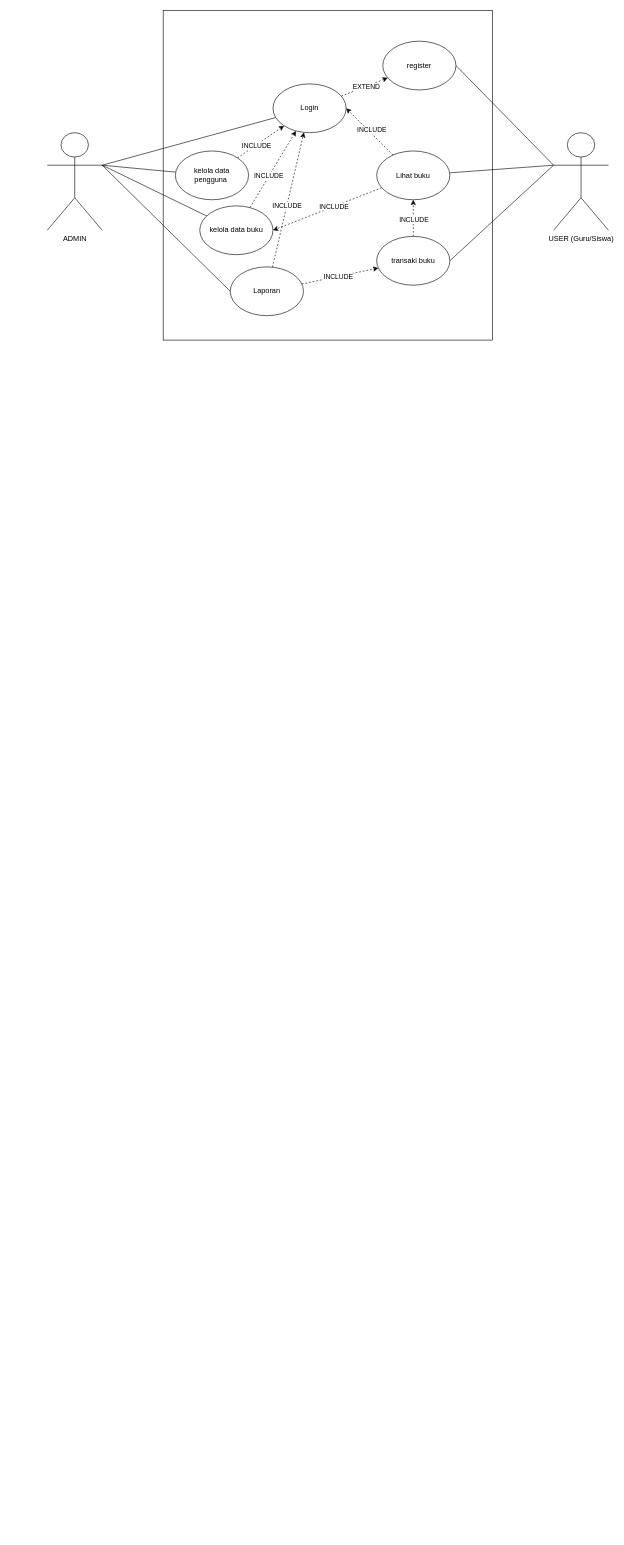
Before: PBO_UAS.drawio in ARK142/aaa, a draw.io diagram. Source tidied: cells renumbered, new cells numbered last; positions are measured from the earlier drawing's top-left corner, leaving out a move shared by most shapes. Both pictures are drawn from the tidied source at 61%, with x=0, y=0 at pixel (47, 10).
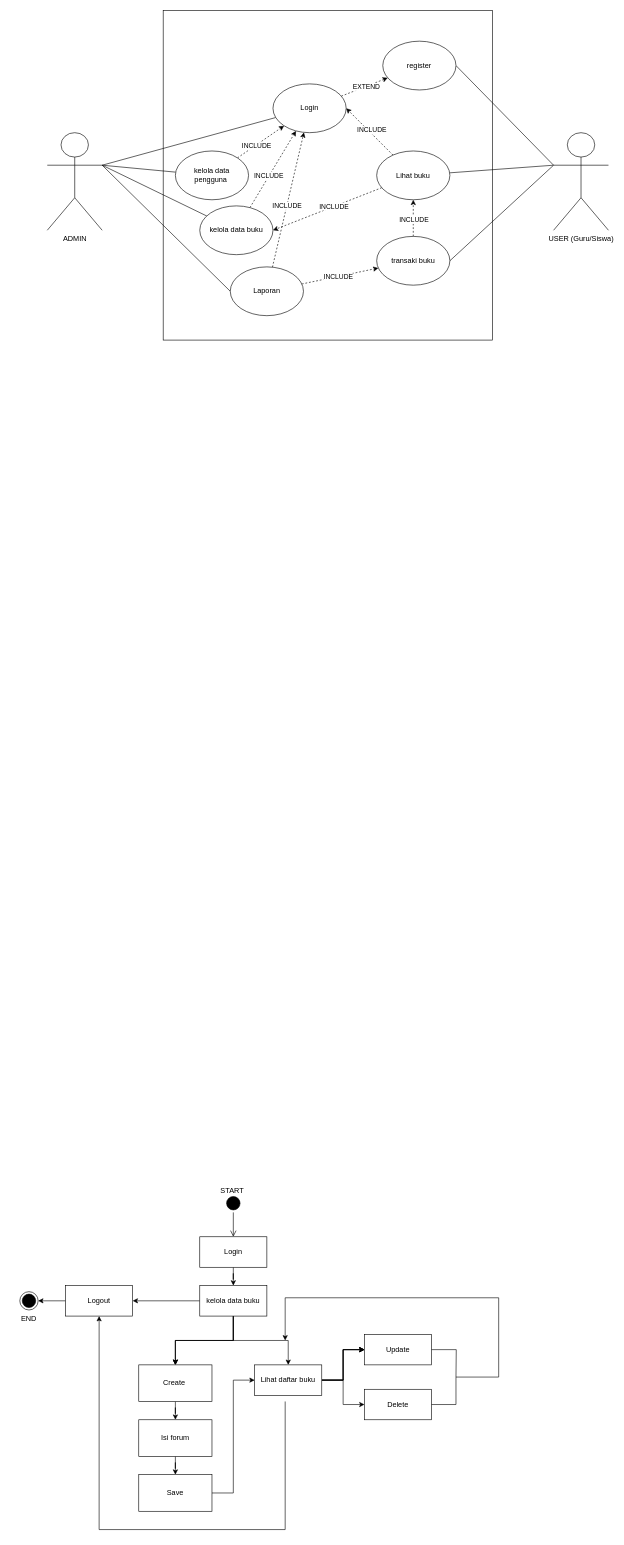
After the change.

What changed in the source:
```diff
@@
+    <mxCell id="35" style="ellipse;html=1;shape=startState;fillColor=#000000;strokeColor=#000000;" parent="1" vertex="1">
+      <mxGeometry x="290" y="1940" width="30" height="30" as="geometry" />
+    </mxCell>
+    <mxCell id="36" style="edgeStyle=orthogonalEdgeStyle;html=1;verticalAlign=bottom;endArrow=open;endSize=8;strokeColor=#000000;rounded=0;entryX=0.5;entryY=0;entryDx=0;entryDy=0;" parent="1" edge="1" source="35" target="38">
+      <mxGeometry relative="1" as="geometry" />
+    </mxCell>
+    <mxCell id="37" style="edgeStyle=orthogonalEdgeStyle;rounded=0;jettySize=auto;html=1;" parent="1" edge="1" source="38" target="44">
+      <mxGeometry relative="1" as="geometry" />
+    </mxCell>
+    <mxCell id="38" value="Login" style="html=1;whiteSpace=wrap;" parent="1" vertex="1">
+      <mxGeometry x="250" y="2010" width="110" height="50" as="geometry" />
+    </mxCell>
+    <mxCell id="39" style="edgeStyle=orthogonalEdgeStyle;rounded=0;jettySize=auto;html=1;" parent="1" edge="1" source="44" target="46">
+      <mxGeometry relative="1" as="geometry" />
+    </mxCell>
+    <mxCell id="40" style="edgeStyle=orthogonalEdgeStyle;rounded=0;jettySize=auto;html=1;" parent="1" edge="1" source="44" target="46">
+      <mxGeometry relative="1" as="geometry" />
+    </mxCell>
+    <mxCell id="41" style="edgeStyle=orthogonalEdgeStyle;rounded=0;jettySize=auto;html=1;" parent="1" edge="1" source="44" target="46">
+      <mxGeometry relative="1" as="geometry" />
+    </mxCell>
+    <mxCell id="42" style="edgeStyle=orthogonalEdgeStyle;rounded=0;jettySize=auto;html=1;" parent="1" edge="1" source="44" target="57">
+      <mxGeometry relative="1" as="geometry" />
+    </mxCell>
+    <mxCell id="43" style="edgeStyle=orthogonalEdgeStyle;rounded=0;jettySize=auto;html=1;" parent="1" edge="1" source="44" target="61">
+      <mxGeometry relative="1" as="geometry" />
+    </mxCell>
+    <mxCell id="44" value="kelola data buku" style="html=1;whiteSpace=wrap;" parent="1" vertex="1">
+      <mxGeometry x="250" y="2090" width="110" height="50" as="geometry" />
+    </mxCell>
+    <mxCell id="45" style="edgeStyle=orthogonalEdgeStyle;rounded=0;jettySize=auto;html=1;" parent="1" edge="1" source="46" target="48">
+      <mxGeometry relative="1" as="geometry" />
+    </mxCell>
+    <mxCell id="46" value="Create&amp;nbsp;" style="whiteSpace=wrap;html=1;" parent="1" vertex="1">
+      <mxGeometry x="150" y="2220" width="120" height="60" as="geometry" />
+    </mxCell>
+    <mxCell id="47" style="edgeStyle=orthogonalEdgeStyle;rounded=0;jettySize=auto;html=1;" parent="1" edge="1" source="48" target="50">
+      <mxGeometry relative="1" as="geometry" />
+    </mxCell>
+    <mxCell id="48" value="Isi forum" style="whiteSpace=wrap;html=1;" parent="1" vertex="1">
+      <mxGeometry x="150" y="2310" width="120" height="60" as="geometry" />
+    </mxCell>
+    <mxCell id="49" style="edgeStyle=orthogonalEdgeStyle;rounded=0;jettySize=auto;html=1;entryX=0;entryY=0.5;entryDx=0;entryDy=0;" parent="1" edge="1" source="50" target="57">
+      <mxGeometry relative="1" as="geometry" />
+    </mxCell>
+    <mxCell id="50" value="Save" style="whiteSpace=wrap;html=1;" parent="1" vertex="1">
+      <mxGeometry x="150" y="2400" width="120" height="60" as="geometry" />
+    </mxCell>
+    <mxCell id="51" style="edgeStyle=orthogonalEdgeStyle;rounded=0;jettySize=auto;html=1;" parent="1" edge="1" source="57" target="58">
+      <mxGeometry relative="1" as="geometry" />
+    </mxCell>
+    <mxCell id="52" style="edgeStyle=orthogonalEdgeStyle;rounded=0;jettySize=auto;html=1;" parent="1" edge="1" source="57" target="58">
+      <mxGeometry relative="1" as="geometry" />
+    </mxCell>
+    <mxCell id="53" style="edgeStyle=orthogonalEdgeStyle;rounded=0;jettySize=auto;html=1;" parent="1" edge="1" source="57" target="58">
+      <mxGeometry relative="1" as="geometry" />
+    </mxCell>
+    <mxCell id="54" style="edgeStyle=orthogonalEdgeStyle;rounded=0;jettySize=auto;html=1;" parent="1" edge="1" source="57" target="58">
+      <mxGeometry relative="1" as="geometry" />
+    </mxCell>
+    <mxCell id="55" style="edgeStyle=orthogonalEdgeStyle;rounded=0;jettySize=auto;html=1;" parent="1" edge="1" source="57" target="59">
+      <mxGeometry relative="1" as="geometry" />
+    </mxCell>
+    <mxCell id="56" style="edgeStyle=orthogonalEdgeStyle;rounded=0;jettySize=auto;html=1;entryX=0.5;entryY=1;entryDx=0;entryDy=0;" parent="1" edge="1" target="61">
+      <mxGeometry relative="1" as="geometry">
+        <mxPoint x="390" y="2280" as="sourcePoint" />
+        <Array as="points">
+          <mxPoint x="390" y="2490" />
+          <mxPoint x="85" y="2490" />
+        </Array>
+      </mxGeometry>
+    </mxCell>
+    <mxCell id="57" value="Lihat daftar buku" style="html=1;whiteSpace=wrap;" parent="1" vertex="1">
+      <mxGeometry x="340" y="2220" width="110" height="50" as="geometry" />
+    </mxCell>
+    <mxCell id="58" value="Update" style="html=1;whiteSpace=wrap;" parent="1" vertex="1">
+      <mxGeometry x="520" y="2170" width="110" height="50" as="geometry" />
+    </mxCell>
+    <mxCell id="59" value="Delete" style="html=1;whiteSpace=wrap;" parent="1" vertex="1">
+      <mxGeometry x="520" y="2260" width="110" height="50" as="geometry" />
+    </mxCell>
+    <mxCell id="60" style="edgeStyle=orthogonalEdgeStyle;rounded=0;jettySize=auto;html=1;entryX=1;entryY=0.5;entryDx=0;entryDy=0;" parent="1" edge="1" source="61" target="62">
+      <mxGeometry relative="1" as="geometry" />
+    </mxCell>
+    <mxCell id="61" value="Logout" style="html=1;whiteSpace=wrap;" parent="1" vertex="1">
+      <mxGeometry x="30" y="2090" width="110" height="50" as="geometry" />
+    </mxCell>
+    <mxCell id="62" style="ellipse;html=1;shape=endState;fillColor=#000000;strokeColor=#000000;" parent="1" vertex="1">
+      <mxGeometry x="-45" y="2100" width="30" height="30" as="geometry" />
+    </mxCell>
+    <mxCell id="63" value="END" style="text;html=1;strokeColor=none;fillColor=none;align=center;verticalAlign=middle;whiteSpace=wrap;rounded=0;" parent="1" vertex="1">
+      <mxGeometry x="-60" y="2130" width="60" height="30" as="geometry" />
+    </mxCell>
+    <mxCell id="64" value="START&amp;nbsp;" style="text;html=1;strokeColor=none;fillColor=none;align=center;verticalAlign=middle;whiteSpace=wrap;rounded=0;" parent="1" vertex="1">
+      <mxGeometry x="275" y="1920" width="60" height="30" as="geometry" />
+    </mxCell>
+    <mxCell id="65" style="group;" parent="1" vertex="1">
+      <mxGeometry x="390" y="2110" width="350" height="175" as="geometry" />
+    </mxCell>
+    <mxCell id="66" style="edgeStyle=orthogonalEdgeStyle;rounded=0;jettySize=auto;html=1;endArrow=none;endFill=0;" parent="65" edge="1" source="58">
+      <mxGeometry relative="1" as="geometry">
+        <mxPoint x="280" y="130" as="targetPoint" />
+      </mxGeometry>
+    </mxCell>
+    <mxCell id="67" style="edgeStyle=orthogonalEdgeStyle;rounded=0;jettySize=auto;html=1;exitX=1;exitY=0.5;exitDx=0;exitDy=0;" parent="65" edge="1" source="59">
+      <mxGeometry relative="1" as="geometry">
+        <mxPoint y="70" as="targetPoint" />
+        <Array as="points">
+          <mxPoint x="280" y="175" />
+          <mxPoint x="280" y="130" />
+          <mxPoint x="350" y="130" />
+          <mxPoint x="350" />
+          <mxPoint />
+        </Array>
+      </mxGeometry>
+    </mxCell>
```
